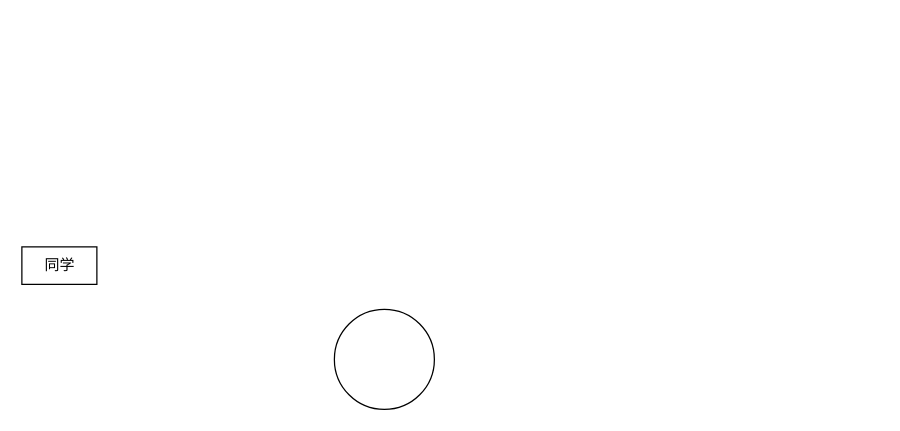
Before: 选课管理系统处理选课请求.drawio in xinhecuican/draw, a draw.io diagram. Source tidied: cells renumbered, new cells numbered last; positions are measured from the earlier drawing's top-left corner, leaving out a move shared by most shapes. Both pictures are drawn from the tidied source at 125%, with x=0, y=0 at pixel (21, 246).
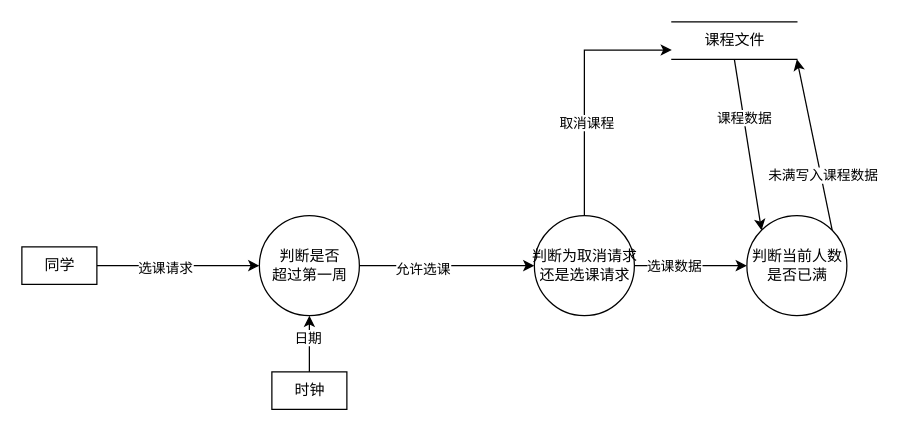
The same diagram, later.

Commit message (it also covers changes not shown here):
更新选课管理系统处理选课请求.drawio

The change refers to these unchanged cells:
```xml
<mxCell id="2" value="同学" style="html=1;dashed=0;whitespace=wrap;" parent="1" vertex="1">
  <mxGeometry width="60" height="30" as="geometry" />
</mxCell>
```

What changed in the source:
```diff
@@
+    <mxCell id="4" style="edgeStyle=orthogonalEdgeStyle;rounded=0;jettySize=auto;html=1;exitX=1;exitY=0.5;exitDx=0;exitDy=0;entryX=0;entryY=0.5;entryDx=0;entryDy=0;" parent="1" edge="1" source="2" target="3">
+      <mxGeometry relative="1" as="geometry" />
+    </mxCell>
+    <mxCell id="5" value="选课请求" style="edgeLabel;html=1;align=center;verticalAlign=middle;" parent="4" vertex="1">
+      <mxGeometry x="-0.17" y="-1" relative="1" as="geometry" />
+    </mxCell>
@@
+    <mxCell id="6" style="edgeStyle=orthogonalEdgeStyle;rounded=0;jettySize=auto;html=1;exitX=1;exitY=0.5;exitDx=0;exitDy=0;entryX=0;entryY=0.5;entryDx=0;entryDy=0;" parent="1" edge="1" source="3" target="15">
+      <mxGeometry relative="1" as="geometry" />
+    </mxCell>
+    <mxCell id="7" value="允许选课" style="edgeLabel;html=1;align=center;verticalAlign=middle;" parent="6" vertex="1">
+      <mxGeometry x="-0.28" y="-2" relative="1" as="geometry" />
+    </mxCell>
-    <mxCell id="3" style="shape=ellipse;html=1;dashed=0;whitespace=wrap;perimeter=ellipsePerimeter;" parent="1" vertex="1">
-      <mxGeometry x="250" y="50" width="80" height="80" as="geometry" />
+    <mxCell id="3" value="判断是否&lt;br&gt;超过第一周" style="shape=ellipse;html=1;dashed=0;whitespace=wrap;perimeter=ellipsePerimeter;" parent="1" vertex="1">
+      <mxGeometry x="190" y="-25" width="80" height="80" as="geometry" />
     </mxCell>
+    <mxCell id="8" style="edgeStyle=orthogonalEdgeStyle;rounded=0;jettySize=auto;html=1;exitX=0.5;exitY=0;exitDx=0;exitDy=0;" parent="1" edge="1" source="10" target="3">
+      <mxGeometry relative="1" as="geometry" />
+    </mxCell>
+    <mxCell id="9" value="日期" style="edgeLabel;html=1;align=center;verticalAlign=middle;" parent="8" vertex="1">
+      <mxGeometry x="0.26" y="2" relative="1" as="geometry" />
+    </mxCell>
+    <mxCell id="10" value="时钟" style="html=1;dashed=0;whitespace=wrap;" parent="1" vertex="1">
+      <mxGeometry x="200" y="100" width="60" height="30" as="geometry" />
+    </mxCell>
+    <mxCell id="11" style="edgeStyle=orthogonalEdgeStyle;rounded=0;jettySize=auto;html=1;exitX=0.5;exitY=0;exitDx=0;exitDy=0;entryX=0;entryY=0.75;entryDx=0;entryDy=0;" parent="1" edge="1" source="15" target="18">
+      <mxGeometry relative="1" as="geometry" />
+    </mxCell>
+    <mxCell id="12" value="取消课程" style="edgeLabel;html=1;align=center;verticalAlign=middle;" parent="11" vertex="1">
+      <mxGeometry x="-0.26" y="-1" relative="1" as="geometry" />
+    </mxCell>
+    <mxCell id="13" style="edgeStyle=orthogonalEdgeStyle;rounded=0;jettySize=auto;html=1;exitX=1;exitY=0.5;exitDx=0;exitDy=0;entryX=0;entryY=0.5;entryDx=0;entryDy=0;" parent="1" edge="1" source="15" target="21">
+      <mxGeometry relative="1" as="geometry" />
+    </mxCell>
+    <mxCell id="14" value="选课数据" style="edgeLabel;html=1;align=center;verticalAlign=middle;" parent="13" vertex="1">
+      <mxGeometry x="-0.31" relative="1" as="geometry" />
+    </mxCell>
+    <mxCell id="15" value="判断为取消请求&lt;br&gt;还是选课请求" style="shape=ellipse;html=1;dashed=0;whitespace=wrap;perimeter=ellipsePerimeter;" parent="1" vertex="1">
+      <mxGeometry x="410" y="-25" width="80" height="80" as="geometry" />
+    </mxCell>
+    <mxCell id="16" style="rounded=0;jettySize=auto;html=1;exitX=0.5;exitY=1;exitDx=0;exitDy=0;entryX=0;entryY=0;entryDx=0;entryDy=0;" parent="1" edge="1" source="18" target="21">
+      <mxGeometry relative="1" as="geometry" />
+    </mxCell>
+    <mxCell id="17" value="课程数据" style="edgeLabel;html=1;align=center;verticalAlign=middle;" parent="16" vertex="1">
+      <mxGeometry x="-0.32" relative="1" as="geometry" />
+    </mxCell>
+    <mxCell id="18" value="课程文件" style="html=1;dashed=0;whitespace=wrap;shape=partialRectangle;right=0;left=0;" parent="1" vertex="1">
+      <mxGeometry x="520" y="-180" width="100" height="30" as="geometry" />
+    </mxCell>
+    <mxCell id="19" style="edgeStyle=none;rounded=0;jettySize=auto;html=1;exitX=1;exitY=0;exitDx=0;exitDy=0;entryX=1;entryY=1;entryDx=0;entryDy=0;" parent="1" edge="1" source="21" target="18">
+      <mxGeometry relative="1" as="geometry" />
+    </mxCell>
+    <mxCell id="20" value="未满写入课程数据" style="edgeLabel;html=1;align=center;verticalAlign=middle;" parent="19" vertex="1">
+      <mxGeometry x="-0.35" y="-1" relative="1" as="geometry" />
+    </mxCell>
+    <mxCell id="21" value="判断当前人数&lt;br&gt;是否已满" style="shape=ellipse;html=1;dashed=0;whitespace=wrap;perimeter=ellipsePerimeter;" parent="1" vertex="1">
+      <mxGeometry x="580" y="-25" width="80" height="80" as="geometry" />
+    </mxCell>
```
